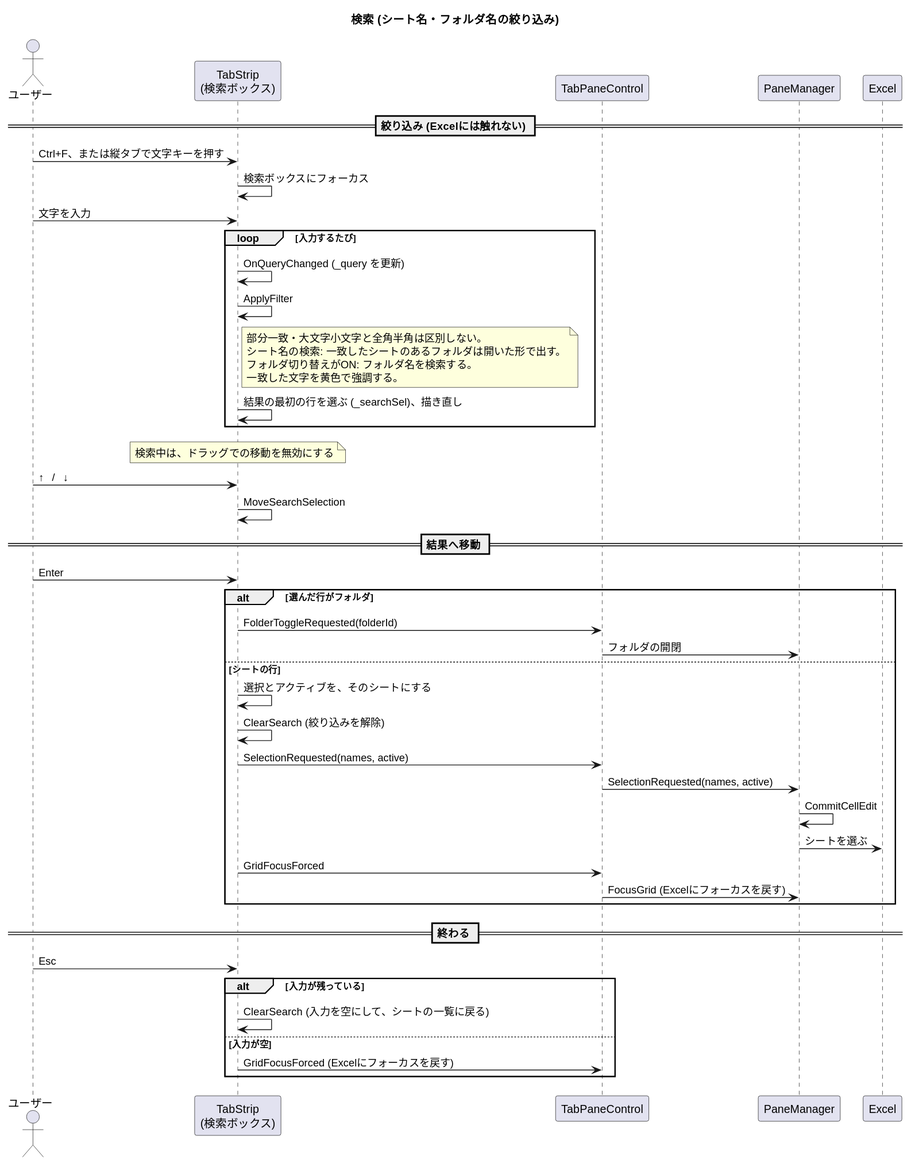
The PlantUML diagram docs/sequence-search.svg in nk-taka623/VerticalSheetTabs, before a commit.
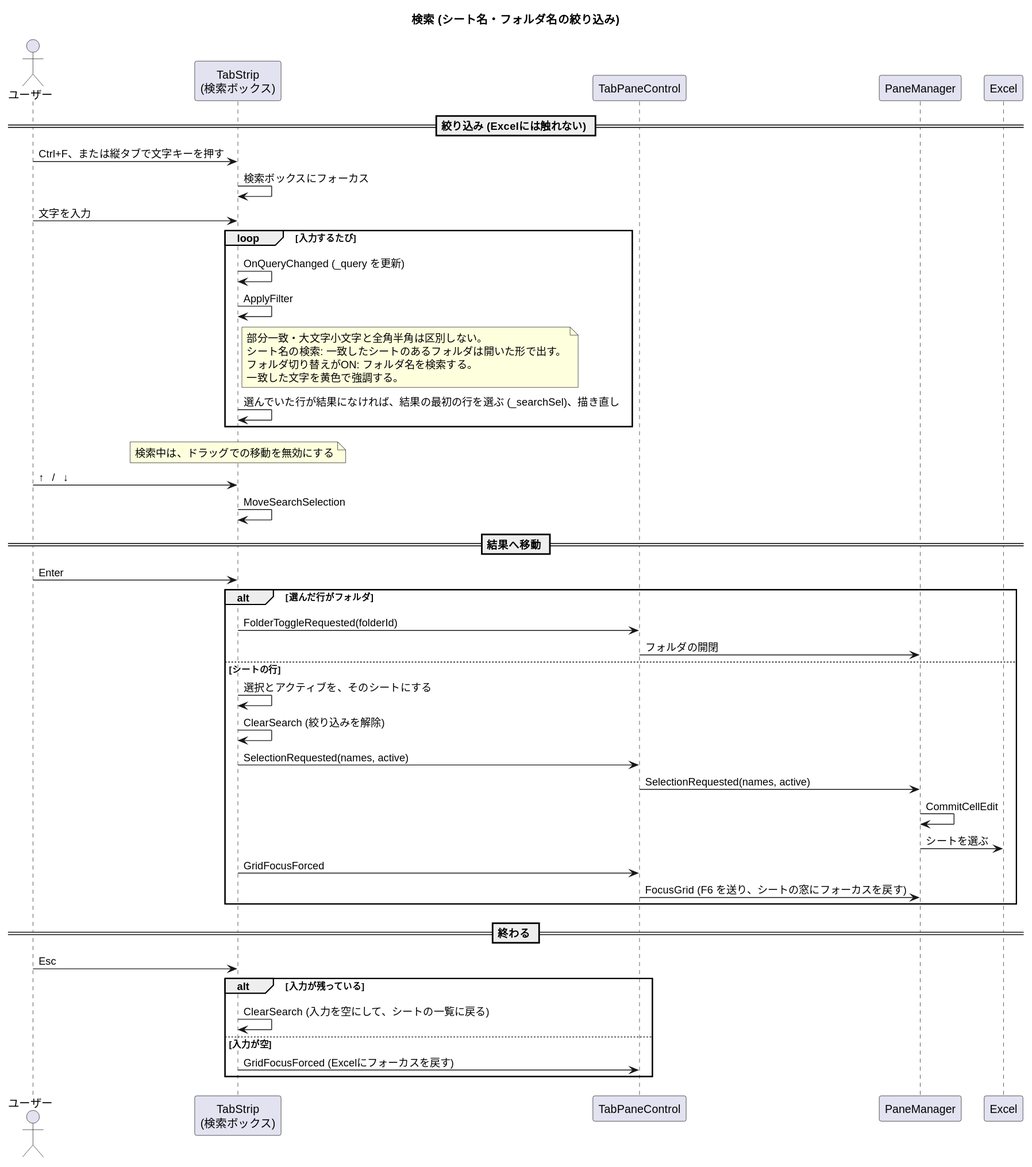
The same file after the commit.

The edit, as a diff of the source:
```diff
@@ -17,7 +17,7 @@
   S -> S : OnQueryChanged (_query を更新)
   S -> S : ApplyFilter
   note right of S : 部分一致・大文字小文字と全角半角は区別しない。\nシート名の検索: 一致したシートのあるフォルダは開いた形で出す。\nフォルダ切り替えがON: フォルダ名を検索する。\n一致した文字を黄色で強調する。
-  S -> S : 結果の最初の行を選ぶ (_searchSel)、描き直し
+  S -> S : 選んでいた行が結果になければ、結果の最初の行を選ぶ (_searchSel)、描き直し
 end
 note over S : 検索中は、ドラッグでの移動を無効にする
 
@@ -37,7 +37,7 @@
   P -> P : CommitCellEdit
   P -> XL : シートを選ぶ
   S -> C : GridFocusForced
-  C -> P : FocusGrid (Excelにフォーカスを戻す)
+  C -> P : FocusGrid (F6 を送り、シートの窓にフォーカスを戻す)
 end
 
 == 終わる ==
```
